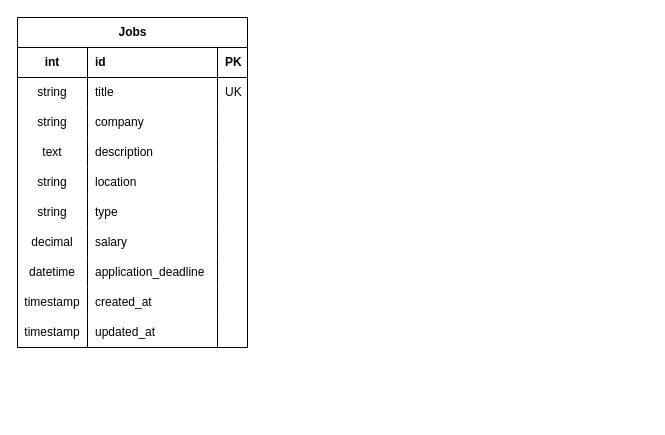
Earlier version of the draw.io diagram page "Job Search App" (2 of 2) of fitness-app/diagrams/FitnessApplication.drawio (takeshi-arihori/LaravelApps). Source tidied: cells renumbered, new cells numbered last; positions are measured from the earlier drawing's top-left corner, leaving out a move shared by most shapes. Both pictures are drawn from the tidied source at 100%, with x=0, y=0 at pixel (17, 17).
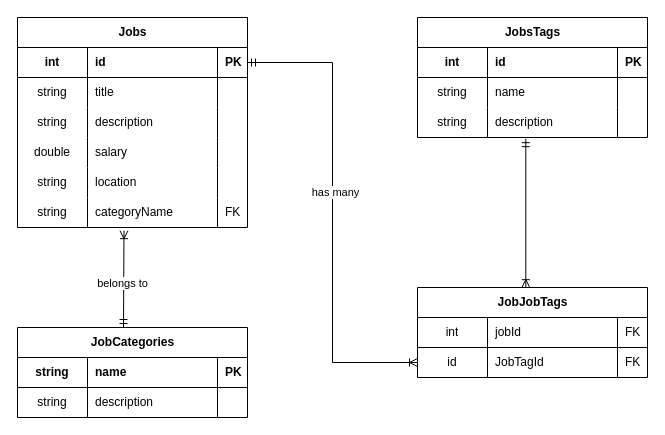
The same page after the edit.

The change refers to these unchanged cells:
```xml
<mxCell id="3" style="shape=tableRow;horizontal=0;startSize=0;swimlaneHead=0;swimlaneBody=0;fillColor=none;points=[[0,0.5],[1,0.5]];portConstraint=eastwest;top=0;left=0;right=0;bottom=1;labelBackgroundColor=none;" parent="2" vertex="1">
  <mxGeometry y="30" width="230" height="30" as="geometry" />
</mxCell>
<mxCell id="7" style="shape=tableRow;horizontal=0;startSize=0;swimlaneHead=0;swimlaneBody=0;fillColor=none;top=0;left=0;right=0;bottom=0;labelBackgroundColor=none;" parent="2" vertex="1">
  <mxGeometry y="60" width="230" height="30" as="geometry" />
</mxCell>
<mxCell id="11" style="shape=tableRow;horizontal=0;startSize=0;swimlaneHead=0;swimlaneBody=0;fillColor=none;top=0;left=0;right=0;bottom=0;labelBackgroundColor=none;" parent="2" vertex="1">
  <mxGeometry y="90" width="230" height="30" as="geometry" />
</mxCell>
<mxCell id="15" style="shape=tableRow;horizontal=0;startSize=0;swimlaneHead=0;swimlaneBody=0;fillColor=none;top=0;left=0;right=0;bottom=0;labelBackgroundColor=none;" parent="2" vertex="1">
  <mxGeometry y="120" width="230" height="30" as="geometry" />
</mxCell>
<mxCell id="23" style="shape=tableRow;horizontal=0;startSize=0;swimlaneHead=0;swimlaneBody=0;fillColor=none;points=[[0,0.5],[1,0.5]];portConstraint=eastwest;top=0;left=0;right=0;bottom=0;labelBackgroundColor=none;" parent="2" vertex="1">
  <mxGeometry y="180" width="230" height="30" as="geometry" />
</mxCell>
```

The edit, as a diff of the source:
```diff
@@
     <mxCell id="2" value="Jobs" style="shape=table;startSize=30;childLayout=tableLayout;rowLines=0;fontStyle=1;align=center;html=1;labelBackgroundColor=none;" parent="1" vertex="1">
-      <mxGeometry width="230" height="330" as="geometry" />
+      <mxGeometry width="230" height="210" as="geometry" />
     </mxCell>
@@
-    <mxCell id="10" value="UK" style="shape=partialRectangle;fillColor=none;top=0;left=0;bottom=0;right=0;align=left;spacingLeft=6;overflow=hidden;whiteSpace=wrap;html=1;strokeWidth=1;labelBackgroundColor=none;" parent="7" vertex="1">
+    <mxCell id="10" style="shape=partialRectangle;fillColor=none;top=0;left=0;bottom=0;right=0;align=left;spacingLeft=6;overflow=hidden;whiteSpace=wrap;html=1;strokeWidth=1;labelBackgroundColor=none;" parent="7" vertex="1">
       <mxGeometry x="200" width="30" height="30" as="geometry" />
     </mxCell>
@@
-    <mxCell id="13" value="company" style="shape=partialRectangle;fillColor=none;top=0;left=0;bottom=0;right=0;align=left;spacingLeft=6;overflow=hidden;whiteSpace=wrap;html=1;labelBackgroundColor=none;" parent="11" vertex="1">
+    <mxCell id="13" value="description" style="shape=partialRectangle;fillColor=none;top=0;left=0;bottom=0;right=0;align=left;spacingLeft=6;overflow=hidden;whiteSpace=wrap;html=1;labelBackgroundColor=none;" parent="11" vertex="1">
       <mxGeometry x="70" width="130" height="30" as="geometry" />
     </mxCell>
@@
-    <mxCell id="16" value="text" style="shape=partialRectangle;fillColor=none;top=0;left=0;bottom=0;right=0;overflow=hidden;whiteSpace=wrap;html=1;labelBackgroundColor=none;" parent="15" vertex="1">
+    <mxCell id="16" value="double" style="shape=partialRectangle;fillColor=none;top=0;left=0;bottom=0;right=0;overflow=hidden;whiteSpace=wrap;html=1;labelBackgroundColor=none;" parent="15" vertex="1">
       <mxGeometry width="70" height="30" as="geometry" />
     </mxCell>
-    <mxCell id="17" value="description" style="shape=partialRectangle;fillColor=none;top=0;left=0;bottom=0;right=0;align=left;spacingLeft=6;overflow=hidden;whiteSpace=wrap;html=1;labelBackgroundColor=none;" parent="15" vertex="1">
+    <mxCell id="17" value="salary" style="shape=partialRectangle;fillColor=none;top=0;left=0;bottom=0;right=0;align=left;spacingLeft=6;overflow=hidden;whiteSpace=wrap;html=1;labelBackgroundColor=none;" parent="15" vertex="1">
       <mxGeometry x="70" width="130" height="30" as="geometry" />
     </mxCell>
@@
-    <mxCell id="25" value="type" style="shape=partialRectangle;fillColor=none;top=0;left=0;bottom=0;right=0;align=left;spacingLeft=6;overflow=hidden;whiteSpace=wrap;html=1;labelBackgroundColor=none;" parent="23" vertex="1">
+    <mxCell id="25" value="categoryName" style="shape=partialRectangle;fillColor=none;top=0;left=0;bottom=0;right=0;align=left;spacingLeft=6;overflow=hidden;whiteSpace=wrap;html=1;labelBackgroundColor=none;" parent="23" vertex="1">
       <mxGeometry x="70" width="130" height="30" as="geometry" />
     </mxCell>
-    <mxCell id="26" style="shape=partialRectangle;fillColor=none;top=0;left=0;bottom=0;right=0;align=left;spacingLeft=6;overflow=hidden;whiteSpace=wrap;html=1;labelBackgroundColor=none;" parent="23" vertex="1">
+    <mxCell id="26" value="FK" style="shape=partialRectangle;fillColor=none;top=0;left=0;bottom=0;right=0;align=left;spacingLeft=6;overflow=hidden;whiteSpace=wrap;html=1;labelBackgroundColor=none;" parent="23" vertex="1">
       <mxGeometry x="200" width="30" height="30" as="geometry" />
     </mxCell>
-    <mxCell id="27" style="shape=tableRow;horizontal=0;startSize=0;swimlaneHead=0;swimlaneBody=0;fillColor=none;top=0;left=0;right=0;bottom=0;labelBackgroundColor=none;" parent="2" vertex="1">
-      <mxGeometry y="210" width="230" height="30" as="geometry" />
-    </mxCell>
-    <mxCell id="28" value="decimal" style="shape=partialRectangle;fillColor=none;top=0;left=0;bottom=0;right=0;overflow=hidden;whiteSpace=wrap;html=1;labelBackgroundColor=none;" parent="27" vertex="1">
-      <mxGeometry width="70" height="30" as="geometry" />
-    </mxCell>
-    <mxCell id="29" value="salary" style="shape=partialRectangle;fillColor=none;top=0;left=0;bottom=0;right=0;align=left;spacingLeft=6;overflow=hidden;whiteSpace=wrap;html=1;labelBackgroundColor=none;" parent="27" vertex="1">
-      <mxGeometry x="70" width="130" height="30" as="geometry" />
-    </mxCell>
-    <mxCell id="30" style="shape=partialRectangle;fillColor=none;top=0;left=0;bottom=0;right=0;align=left;spacingLeft=6;overflow=hidden;whiteSpace=wrap;html=1;labelBackgroundColor=none;" parent="27" vertex="1">
-      <mxGeometry x="200" width="30" height="30" as="geometry" />
-    </mxCell>
-    <mxCell id="31" style="shape=tableRow;horizontal=0;startSize=0;swimlaneHead=0;swimlaneBody=0;fillColor=none;top=0;left=0;right=0;bottom=0;labelBackgroundColor=none;" parent="2" vertex="1">
-      <mxGeometry y="240" width="230" height="30" as="geometry" />
-    </mxCell>
-    <mxCell id="32" value="datetime" style="shape=partialRectangle;fillColor=none;top=0;left=0;bottom=0;right=0;overflow=hidden;whiteSpace=wrap;html=1;labelBackgroundColor=none;" parent="31" vertex="1">
-      <mxGeometry width="70" height="30" as="geometry" />
-    </mxCell>
-    <mxCell id="33" value="application_deadline" style="shape=partialRectangle;fillColor=none;top=0;left=0;bottom=0;right=0;align=left;spacingLeft=6;overflow=hidden;whiteSpace=wrap;html=1;labelBackgroundColor=none;" parent="31" vertex="1">
-      <mxGeometry x="70" width="130" height="30" as="geometry" />
-    </mxCell>
-    <mxCell id="34" style="shape=partialRectangle;fillColor=none;top=0;left=0;bottom=0;right=0;align=left;spacingLeft=6;overflow=hidden;whiteSpace=wrap;html=1;labelBackgroundColor=none;" parent="31" vertex="1">
-      <mxGeometry x="200" width="30" height="30" as="geometry" />
-    </mxCell>
-    <mxCell id="35" style="shape=tableRow;horizontal=0;startSize=0;swimlaneHead=0;swimlaneBody=0;fillColor=none;top=0;left=0;right=0;bottom=0;labelBackgroundColor=none;" parent="2" vertex="1">
-      <mxGeometry y="270" width="230" height="30" as="geometry" />
-    </mxCell>
-    <mxCell id="36" value="timestamp" style="shape=partialRectangle;fillColor=none;top=0;left=0;bottom=0;right=0;overflow=hidden;whiteSpace=wrap;html=1;labelBackgroundColor=none;" parent="35" vertex="1">
-      <mxGeometry width="70" height="30" as="geometry" />
-    </mxCell>
-    <mxCell id="37" value="created_at" style="shape=partialRectangle;fillColor=none;top=0;left=0;bottom=0;right=0;align=left;spacingLeft=6;overflow=hidden;whiteSpace=wrap;html=1;labelBackgroundColor=none;" parent="35" vertex="1">
-      <mxGeometry x="70" width="130" height="30" as="geometry" />
-    </mxCell>
-    <mxCell id="38" style="shape=partialRectangle;fillColor=none;top=0;left=0;bottom=0;right=0;align=left;spacingLeft=6;overflow=hidden;whiteSpace=wrap;html=1;labelBackgroundColor=none;" parent="35" vertex="1">
-      <mxGeometry x="200" width="30" height="30" as="geometry" />
-    </mxCell>
-    <mxCell id="39" style="shape=tableRow;horizontal=0;startSize=0;swimlaneHead=0;swimlaneBody=0;fillColor=none;top=0;left=0;right=0;bottom=0;labelBackgroundColor=none;" parent="2" vertex="1">
-      <mxGeometry y="300" width="230" height="30" as="geometry" />
-    </mxCell>
-    <mxCell id="40" value="timestamp" style="shape=partialRectangle;fillColor=none;top=0;left=0;bottom=0;right=0;overflow=hidden;whiteSpace=wrap;html=1;labelBackgroundColor=none;" parent="39" vertex="1">
-      <mxGeometry width="70" height="30" as="geometry" />
-    </mxCell>
-    <mxCell id="41" value="updated_at" style="shape=partialRectangle;fillColor=none;top=0;left=0;bottom=0;right=0;align=left;spacingLeft=6;overflow=hidden;whiteSpace=wrap;html=1;labelBackgroundColor=none;" parent="39" vertex="1">
-      <mxGeometry x="70" width="130" height="30" as="geometry" />
-    </mxCell>
-    <mxCell id="42" style="shape=partialRectangle;fillColor=none;top=0;left=0;bottom=0;right=0;align=left;spacingLeft=6;overflow=hidden;whiteSpace=wrap;html=1;labelBackgroundColor=none;" parent="39" vertex="1">
-      <mxGeometry x="200" width="30" height="30" as="geometry" />
-    </mxCell>
+    <mxCell id="43" value="JobsTags" style="shape=table;startSize=30;childLayout=tableLayout;rowLines=0;fontStyle=1;align=center;html=1;labelBackgroundColor=none;" parent="1" vertex="1">
+      <mxGeometry x="400" width="230" height="120" as="geometry" />
+    </mxCell>
+    <mxCell id="44" style="shape=tableRow;horizontal=0;startSize=0;swimlaneHead=0;swimlaneBody=0;fillColor=none;top=0;left=0;right=0;bottom=1;labelBackgroundColor=none;" parent="43" vertex="1">
+      <mxGeometry y="30" width="230" height="30" as="geometry" />
+    </mxCell>
+    <mxCell id="45" value="int" style="shape=partialRectangle;fillColor=none;top=0;left=0;bottom=0;right=0;fontStyle=1;overflow=hidden;whiteSpace=wrap;html=1;labelBackgroundColor=none;" parent="44" vertex="1">
+      <mxGeometry width="70" height="30" as="geometry" />
+    </mxCell>
+    <mxCell id="46" value="id" style="shape=partialRectangle;fillColor=none;top=0;left=0;bottom=0;right=0;align=left;spacingLeft=6;fontStyle=1;overflow=hidden;whiteSpace=wrap;html=1;labelBackgroundColor=none;" parent="44" vertex="1">
+      <mxGeometry x="70" width="130" height="30" as="geometry" />
+    </mxCell>
+    <mxCell id="47" value="PK" style="shape=partialRectangle;fillColor=none;top=0;left=0;bottom=0;right=0;align=left;spacingLeft=6;fontStyle=1;overflow=hidden;whiteSpace=wrap;html=1;labelBackgroundColor=none;" parent="44" vertex="1">
+      <mxGeometry x="200" width="30" height="30" as="geometry" />
+    </mxCell>
+    <mxCell id="48" style="shape=tableRow;horizontal=0;startSize=0;swimlaneHead=0;swimlaneBody=0;fillColor=none;top=0;left=0;right=0;bottom=0;labelBackgroundColor=none;" parent="43" vertex="1">
+      <mxGeometry y="60" width="230" height="30" as="geometry" />
+    </mxCell>
+    <mxCell id="49" value="string" style="shape=partialRectangle;fillColor=none;top=0;left=0;bottom=0;right=0;overflow=hidden;whiteSpace=wrap;html=1;labelBackgroundColor=none;" parent="48" vertex="1">
+      <mxGeometry width="70" height="30" as="geometry" />
+    </mxCell>
+    <mxCell id="50" value="name" style="shape=partialRectangle;fillColor=none;top=0;left=0;bottom=0;right=0;align=left;spacingLeft=6;overflow=hidden;whiteSpace=wrap;html=1;labelBackgroundColor=none;" parent="48" vertex="1">
+      <mxGeometry x="70" width="130" height="30" as="geometry" />
+    </mxCell>
+    <mxCell id="51" style="shape=partialRectangle;fillColor=none;top=0;left=0;bottom=0;right=0;align=left;spacingLeft=6;overflow=hidden;whiteSpace=wrap;html=1;labelBackgroundColor=none;" parent="48" vertex="1">
+      <mxGeometry x="200" width="30" height="30" as="geometry" />
+    </mxCell>
+    <mxCell id="52" style="shape=tableRow;horizontal=0;startSize=0;swimlaneHead=0;swimlaneBody=0;fillColor=none;points=[[0,0.5],[1,0.5]];portConstraint=eastwest;top=0;left=0;right=0;bottom=0;labelBackgroundColor=none;" parent="43" vertex="1">
+      <mxGeometry y="90" width="230" height="30" as="geometry" />
+    </mxCell>
+    <mxCell id="53" value="string" style="shape=partialRectangle;fillColor=none;top=0;left=0;bottom=0;right=0;overflow=hidden;whiteSpace=wrap;html=1;labelBackgroundColor=none;" parent="52" vertex="1">
+      <mxGeometry width="70" height="30" as="geometry" />
+    </mxCell>
+    <mxCell id="54" value="description" style="shape=partialRectangle;fillColor=none;top=0;left=0;bottom=0;right=0;align=left;spacingLeft=6;overflow=hidden;whiteSpace=wrap;html=1;labelBackgroundColor=none;" parent="52" vertex="1">
+      <mxGeometry x="70" width="130" height="30" as="geometry" />
+    </mxCell>
+    <mxCell id="55" style="shape=partialRectangle;fillColor=none;top=0;left=0;bottom=0;right=0;align=left;spacingLeft=6;overflow=hidden;whiteSpace=wrap;html=1;labelBackgroundColor=none;" parent="52" vertex="1">
+      <mxGeometry x="200" width="30" height="30" as="geometry" />
+    </mxCell>
+    <mxCell id="56" value="JobJobTags" style="shape=table;startSize=30;childLayout=tableLayout;rowLines=0;fontStyle=1;align=center;html=1;labelBackgroundColor=none;" parent="1" vertex="1">
+      <mxGeometry x="400" y="270" width="230" height="90" as="geometry" />
+    </mxCell>
+    <mxCell id="57" style="shape=tableRow;horizontal=0;startSize=0;swimlaneHead=0;swimlaneBody=0;fillColor=none;top=0;left=0;right=0;bottom=1;labelBackgroundColor=none;" parent="56" vertex="1">
+      <mxGeometry y="30" width="230" height="30" as="geometry" />
+    </mxCell>
+    <mxCell id="58" value="int" style="shape=partialRectangle;fillColor=none;top=0;left=0;bottom=0;right=0;fontStyle=0;overflow=hidden;whiteSpace=wrap;html=1;labelBackgroundColor=none;" parent="57" vertex="1">
+      <mxGeometry width="70" height="30" as="geometry" />
+    </mxCell>
+    <mxCell id="59" value="jobId" style="shape=partialRectangle;fillColor=none;top=0;left=0;bottom=0;right=0;align=left;spacingLeft=6;fontStyle=0;overflow=hidden;whiteSpace=wrap;html=1;labelBackgroundColor=none;" parent="57" vertex="1">
+      <mxGeometry x="70" width="130" height="30" as="geometry" />
+    </mxCell>
+    <mxCell id="60" value="&lt;span style=&quot;font-weight: normal;&quot;&gt;FK&lt;/span&gt;" style="shape=partialRectangle;fillColor=none;top=0;left=0;bottom=0;right=0;align=left;spacingLeft=6;fontStyle=1;overflow=hidden;whiteSpace=wrap;html=1;labelBackgroundColor=none;" parent="57" vertex="1">
+      <mxGeometry x="200" width="30" height="30" as="geometry" />
+    </mxCell>
+    <mxCell id="61" style="shape=tableRow;horizontal=0;startSize=0;swimlaneHead=0;swimlaneBody=0;fillColor=none;points=[[0,0.5],[1,0.5]];portConstraint=eastwest;top=0;left=0;right=0;bottom=0;labelBackgroundColor=none;" parent="56" vertex="1">
+      <mxGeometry y="60" width="230" height="30" as="geometry" />
+    </mxCell>
+    <mxCell id="62" value="id" style="shape=partialRectangle;fillColor=none;top=0;left=0;bottom=0;right=0;overflow=hidden;whiteSpace=wrap;html=1;labelBackgroundColor=none;" parent="61" vertex="1">
+      <mxGeometry width="70" height="30" as="geometry" />
+    </mxCell>
+    <mxCell id="63" value="JobTagId" style="shape=partialRectangle;fillColor=none;top=0;left=0;bottom=0;right=0;align=left;spacingLeft=6;overflow=hidden;whiteSpace=wrap;html=1;labelBackgroundColor=none;" parent="61" vertex="1">
+      <mxGeometry x="70" width="130" height="30" as="geometry" />
+    </mxCell>
+    <mxCell id="64" value="FK" style="shape=partialRectangle;fillColor=none;top=0;left=0;bottom=0;right=0;align=left;spacingLeft=6;overflow=hidden;whiteSpace=wrap;html=1;labelBackgroundColor=none;" parent="61" vertex="1">
+      <mxGeometry x="200" width="30" height="30" as="geometry" />
+    </mxCell>
+    <mxCell id="65" style="edgeStyle=orthogonalEdgeStyle;fontSize=12;html=1;endArrow=ERoneToMany;startArrow=ERmandOne;exitX=1;exitY=0.5;exitDx=0;exitDy=0;entryX=0;entryY=0.5;entryDx=0;entryDy=0;rounded=0;" parent="1" edge="1" source="3" target="61">
+      <mxGeometry relative="1" as="geometry" />
+    </mxCell>
+    <mxCell id="66" value="has many" style="edgeLabel;html=1;align=center;verticalAlign=middle;" parent="65" vertex="1">
+      <mxGeometry x="-0.09" y="2" relative="1" as="geometry" />
+    </mxCell>
+    <mxCell id="67" style="fontSize=12;html=1;endArrow=ERoneToMany;startArrow=ERmandOne;exitX=0.471;exitY=1.039;exitDx=0;exitDy=0;entryX=0.471;entryY=0.002;entryDx=0;entryDy=0;entryPerimeter=0;exitPerimeter=0;" parent="1" edge="1" source="52" target="56">
+      <mxGeometry relative="1" as="geometry" />
+    </mxCell>
+    <mxCell id="68" style="fontSize=12;html=1;endArrow=ERoneToMany;startArrow=ERmandOne;entryX=0.463;entryY=1.106;entryDx=0;entryDy=0;rounded=0;entryPerimeter=0;" parent="1" edge="1" target="23">
+      <mxGeometry relative="1" as="geometry">
+        <mxPoint x="106" y="310" as="sourcePoint" />
+      </mxGeometry>
+    </mxCell>
+    <mxCell id="69" value="belongs to" style="edgeLabel;html=1;align=center;verticalAlign=middle;" parent="68" vertex="1">
+      <mxGeometry x="-0.09" y="2" relative="1" as="geometry" />
+    </mxCell>
+    <mxCell id="70" value="JobCategories" style="shape=table;startSize=30;childLayout=tableLayout;rowLines=0;fontStyle=1;align=center;html=1;labelBackgroundColor=none;" parent="1" vertex="1">
+      <mxGeometry y="310" width="230" height="90" as="geometry" />
+    </mxCell>
+    <mxCell id="71" style="shape=tableRow;horizontal=0;startSize=0;swimlaneHead=0;swimlaneBody=0;fillColor=none;top=0;left=0;right=0;bottom=1;labelBackgroundColor=none;" parent="70" vertex="1">
+      <mxGeometry y="30" width="230" height="30" as="geometry" />
+    </mxCell>
+    <mxCell id="72" value="string" style="shape=partialRectangle;fillColor=none;top=0;left=0;bottom=0;right=0;fontStyle=1;overflow=hidden;whiteSpace=wrap;html=1;labelBackgroundColor=none;" parent="71" vertex="1">
+      <mxGeometry width="70" height="30" as="geometry" />
+    </mxCell>
+    <mxCell id="73" value="name" style="shape=partialRectangle;fillColor=none;top=0;left=0;bottom=0;right=0;align=left;spacingLeft=6;fontStyle=1;overflow=hidden;whiteSpace=wrap;html=1;labelBackgroundColor=none;" parent="71" vertex="1">
+      <mxGeometry x="70" width="130" height="30" as="geometry" />
+    </mxCell>
+    <mxCell id="74" value="PK" style="shape=partialRectangle;fillColor=none;top=0;left=0;bottom=0;right=0;align=left;spacingLeft=6;fontStyle=1;overflow=hidden;whiteSpace=wrap;html=1;labelBackgroundColor=none;" parent="71" vertex="1">
+      <mxGeometry x="200" width="30" height="30" as="geometry" />
+    </mxCell>
+    <mxCell id="75" style="shape=tableRow;horizontal=0;startSize=0;swimlaneHead=0;swimlaneBody=0;fillColor=none;top=0;left=0;right=0;bottom=0;labelBackgroundColor=none;" parent="70" vertex="1">
+      <mxGeometry y="60" width="230" height="30" as="geometry" />
+    </mxCell>
+    <mxCell id="76" value="string" style="shape=partialRectangle;fillColor=none;top=0;left=0;bottom=0;right=0;overflow=hidden;whiteSpace=wrap;html=1;strokeWidth=1;labelBackgroundColor=none;" parent="75" vertex="1">
+      <mxGeometry width="70" height="30" as="geometry" />
+    </mxCell>
+    <mxCell id="77" value="description" style="shape=partialRectangle;fillColor=none;top=0;left=0;bottom=0;right=0;align=left;spacingLeft=6;overflow=hidden;whiteSpace=wrap;html=1;strokeWidth=1;labelBackgroundColor=none;" parent="75" vertex="1">
+      <mxGeometry x="70" width="130" height="30" as="geometry" />
+    </mxCell>
+    <mxCell id="78" style="shape=partialRectangle;fillColor=none;top=0;left=0;bottom=0;right=0;align=left;spacingLeft=6;overflow=hidden;whiteSpace=wrap;html=1;strokeWidth=1;labelBackgroundColor=none;" parent="75" vertex="1">
+      <mxGeometry x="200" width="30" height="30" as="geometry" />
+    </mxCell>
```
